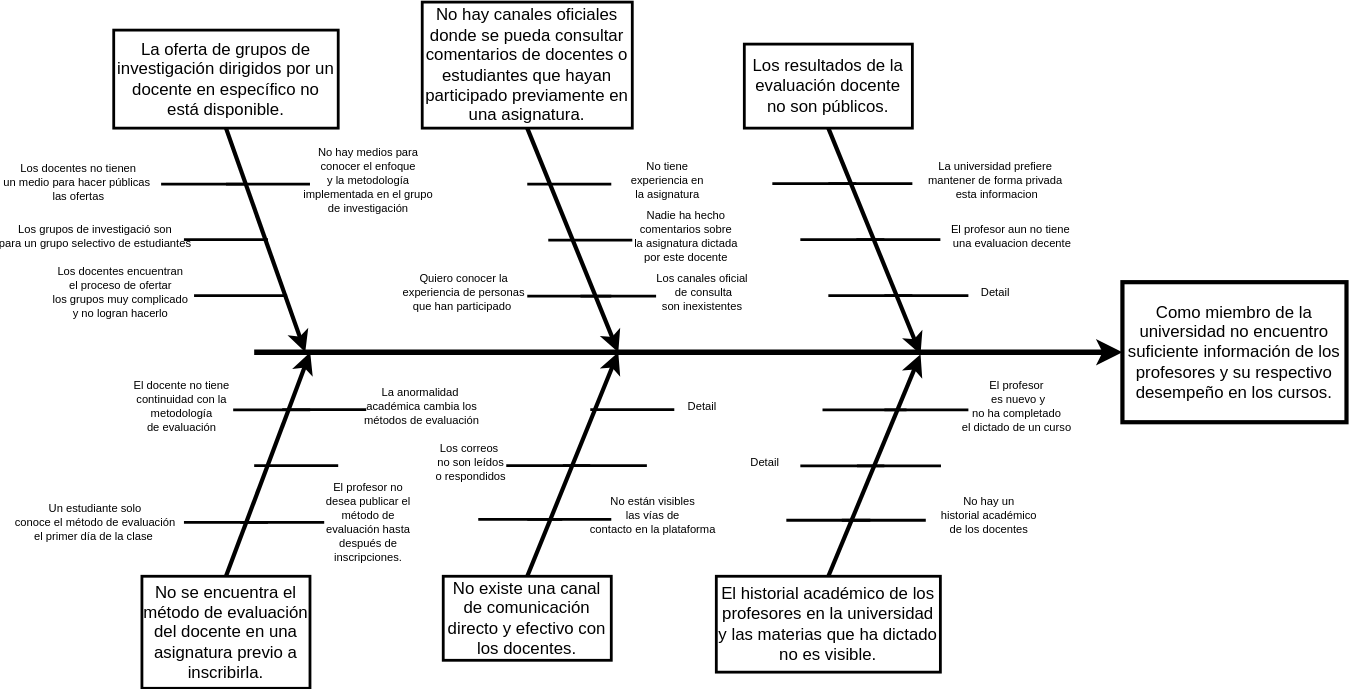
The draw.io diagram Entregables/EspinaPescado.svg in Cesar-580/ciclo-de-vida-de-la-docencia-ing-software, before a commit. Source tidied: cells renumbered, new cells last; positions are measured from the earlier drawing's top-left corner, leaving out a move shared by most shapes.
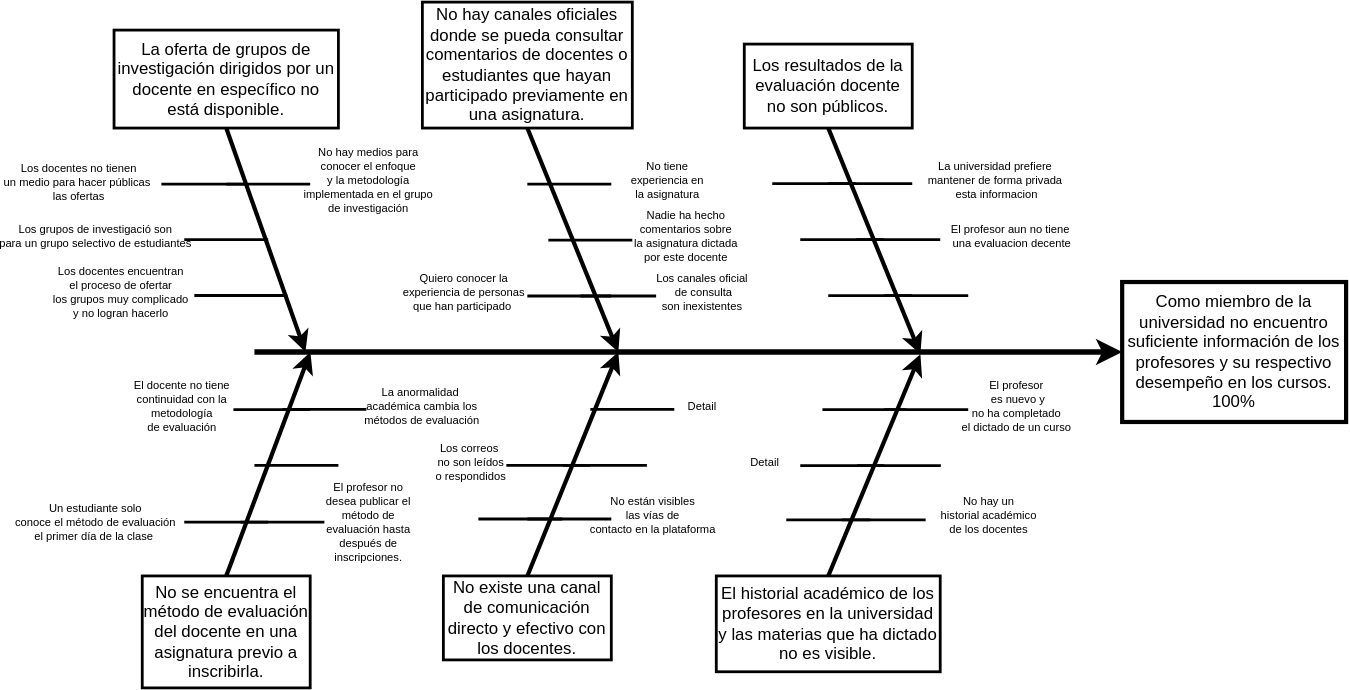
The same diagram one commit later.

Commit message:
Diagrama de Espina de pescado antiguo

Change to the diagram source:
```diff
@@ -8,7 +8,7 @@
     <mxCell id="3" value="No se encuentra el método de evaluación del docente en una asignatura previo a inscribirla." style="whiteSpace=wrap;strokeWidth=2;fontColor=default;fillColor=default;strokeColor=default;" parent="1" vertex="1">
       <mxGeometry x="79.8" y="410" width="120" height="80" as="geometry" />
     </mxCell>
-    <mxCell id="4" value="Como miembro de la universidad no encuentro suficiente información de los profesores y su respectivo desempeño en los cursos." style="whiteSpace=wrap;strokeWidth=3;fontColor=default;fillColor=default;strokeColor=default;" parent="1" vertex="1">
+    <mxCell id="4" value="Como miembro de la universidad no encuentro suficiente información de los profesores y su respectivo desempeño en los cursos.&#10;100%" style="whiteSpace=wrap;strokeWidth=3;fontColor=default;fillColor=default;strokeColor=default;" parent="1" vertex="1">
       <mxGeometry x="780" y="200" width="160" height="100" as="geometry" />
     </mxCell>
     <mxCell id="5" style="edgeStyle=none;strokeWidth=4;" parent="1" edge="1" target="4">
@@ -274,9 +274,6 @@
     <mxCell id="56" value="Detail" style="text;spacingTop=-5;fontSize=8;align=center;verticalAlign=middle;fontColor=default;" parent="1" vertex="1">
       <mxGeometry x="510" y="321.5" width="30" height="20" as="geometry" />
     </mxCell>
-    <mxCell id="57" value="Detail" style="text;spacingTop=-5;fontSize=8;align=center;verticalAlign=middle;fontColor=default;" parent="1" vertex="1">
-      <mxGeometry x="674.6" y="200" width="30" height="20" as="geometry" />
-    </mxCell>
     <mxCell id="58" value="No hay un &#10;historial académico&#10;de los docentes&#10;" style="text;spacingTop=-5;fontSize=8;align=center;verticalAlign=middle;fontColor=default;" parent="1" vertex="1">
       <mxGeometry x="670" y="364.3" width="30" height="20" as="geometry" />
     </mxCell>
```
